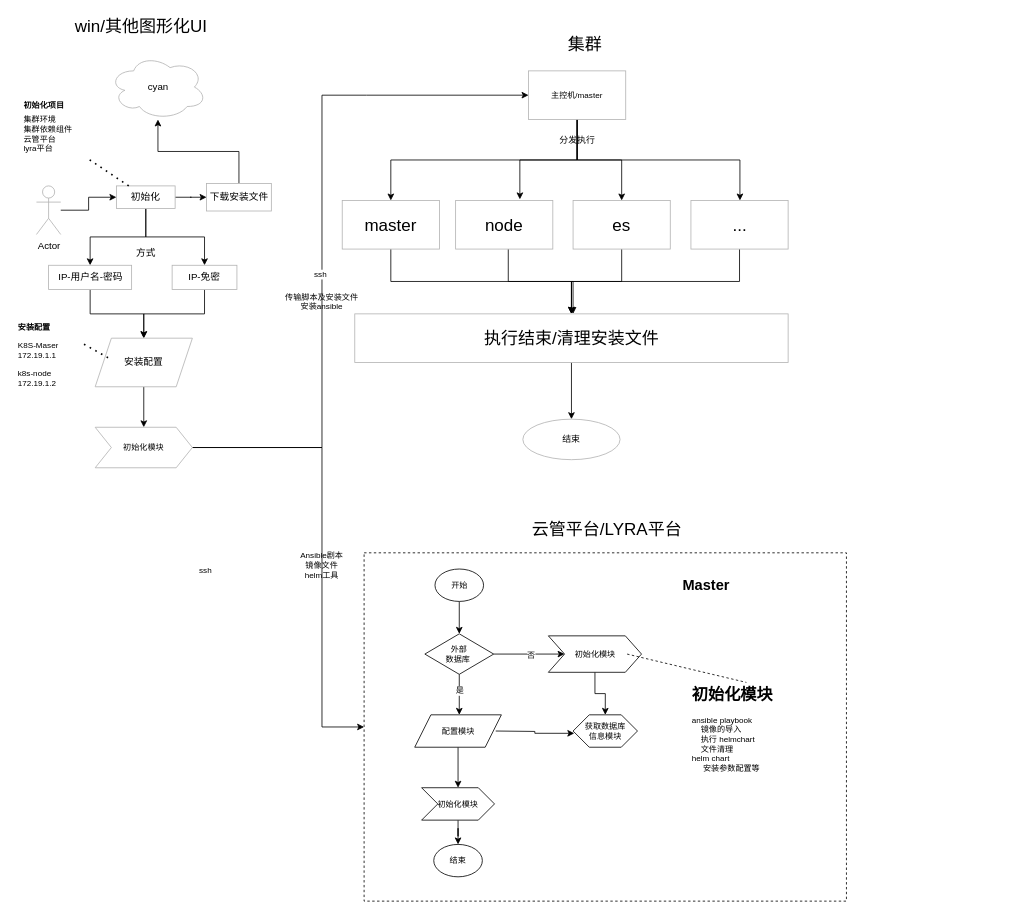
Before: init-flown.drawio in Snuger/draw, a draw.io diagram. Source tidied: cells renumbered, new cells numbered last; positions are measured from the earlier drawing's top-left corner, leaving out a move shared by most shapes. Both pictures are drawn from the tidied source at 81%, with x=0, y=0 at pixel (14, 14).
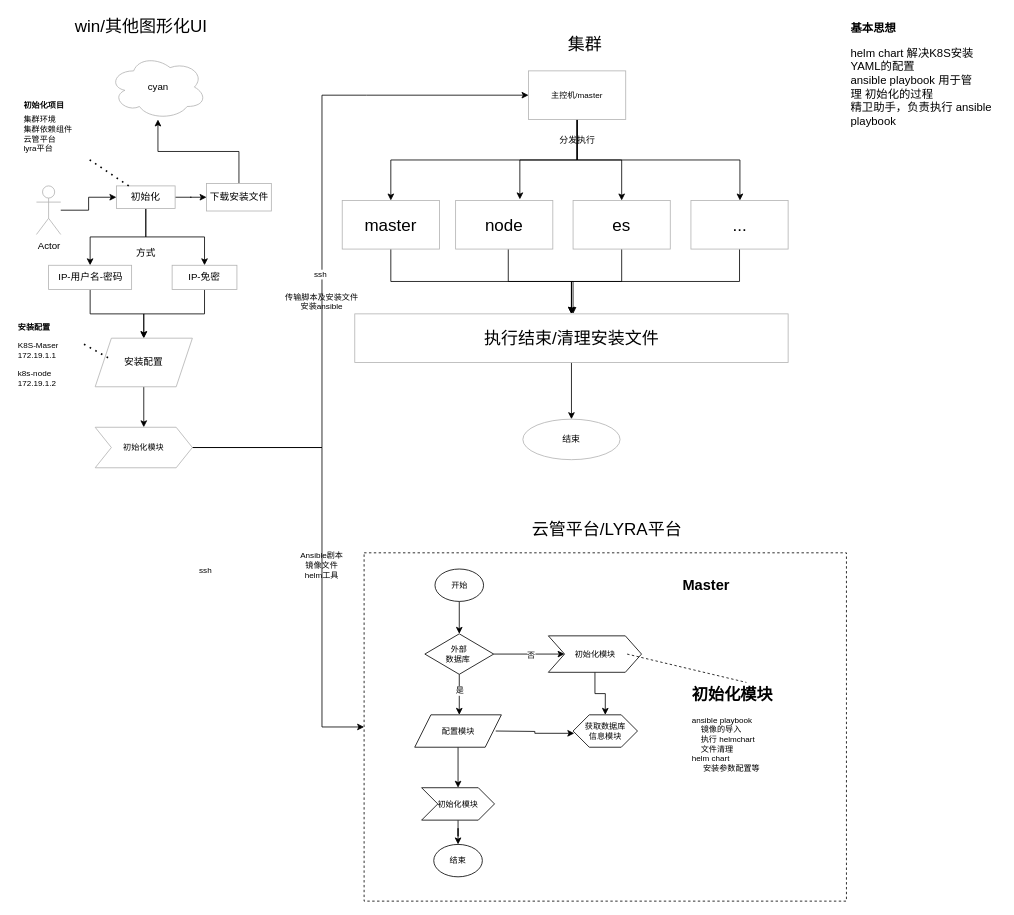
Above is the later version.

The edit, as a diff of the source:
```diff
@@
+    <mxCell id="69" value="&lt;h1 style=&quot;font-size: 14px;&quot;&gt;基本思想&lt;/h1&gt;&lt;p style=&quot;font-size: 14px;&quot;&gt;helm chart&amp;nbsp;解决K8S安装YAML的配置&lt;br style=&quot;font-size: 14px;&quot;&gt;ansible playbook&amp;nbsp;用于管理&amp;nbsp;初始化的过程&amp;nbsp;&lt;br&gt;精卫助手，负责执行 ansible playbook&amp;nbsp;&lt;/p&gt;" style="text;html=1;strokeColor=none;fillColor=none;spacing=5;spacingTop=-20;whiteSpace=wrap;overflow=hidden;rounded=0;fontSize=14;" parent="1" vertex="1">
+      <mxGeometry x="1027.5" y="10" width="190" height="130" as="geometry" />
+    </mxCell>
```
